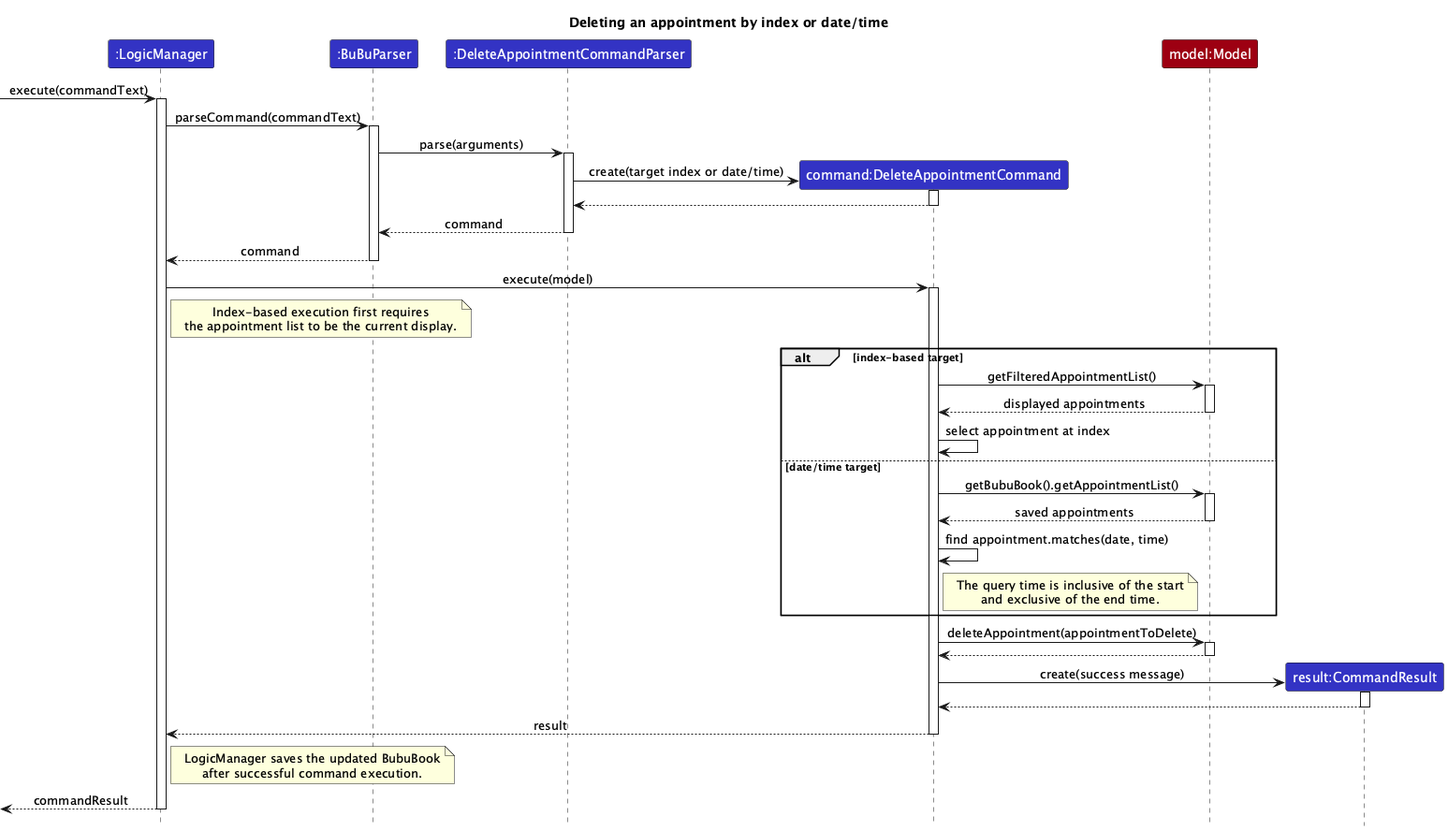
0218hy/tp keeps this PlantUML diagram as docs/images/DeleteAppointmentSequenceDiagram.png. Above is the earlier version. Its source is kept beside it as docs/diagrams/DeleteAppointmentSequenceDiagram.puml.
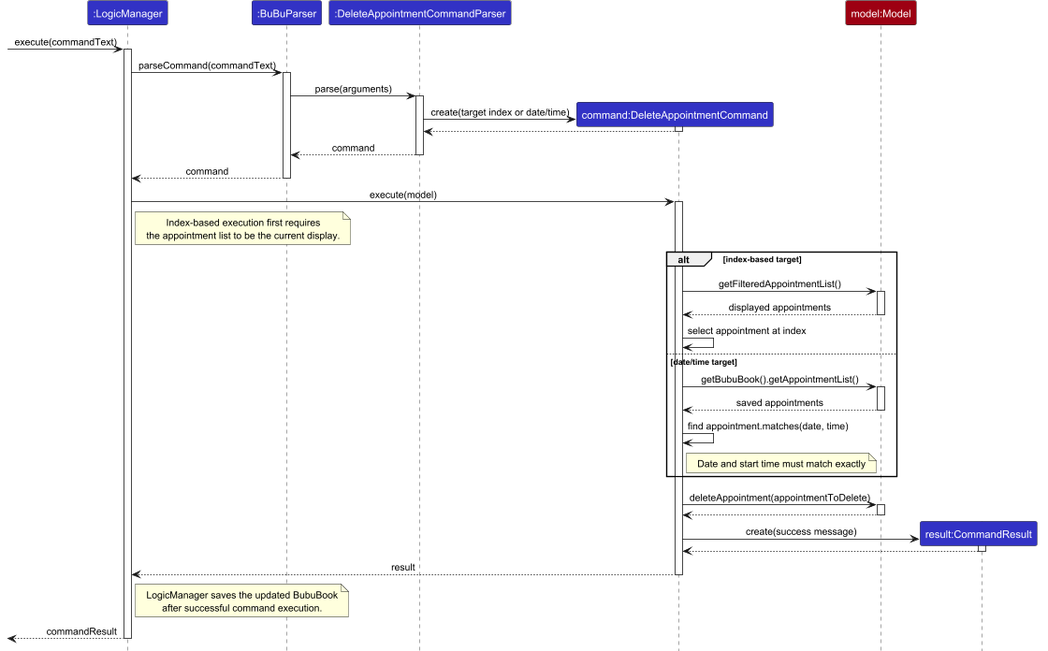
The same diagram one commit later.

Commit message:
Update delete-appointment diagram

Diff of the diagram source:
```diff
@@ -34,8 +34,7 @@
     model --> command --: saved appointments
     command -> command : find appointment.matches(date, time)
     note right of command
-      The query time is inclusive of the start
-      and exclusive of the end time.
+      Date and start time must match exactly
     end note
 end
 
```
